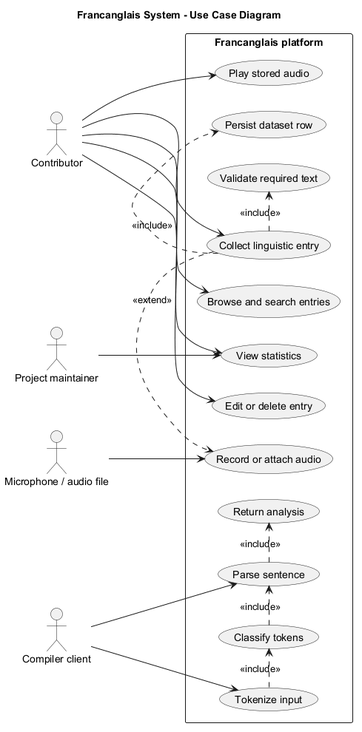
Before: docs/diagrams/use-case.png, a diagram exported from PlantUML (Suraku237/francanglaiscompiler). Source of this version:
```plantuml
@startuml
title Francanglais System - Use Case Diagram
left to right direction
skinparam packageStyle rectangle

actor "Contributor" as contributor
actor "Project maintainer" as maintainer
actor "Microphone / audio file" as audio
actor "Compiler client" as client

rectangle "Francanglais platform" {
  usecase "Collect linguistic entry" as UC1
  usecase "Record or attach audio" as UC2
  usecase "Validate required text" as UC3
  usecase "Persist dataset row" as UC4
  usecase "Browse and search entries" as UC5
  usecase "Edit or delete entry" as UC6
  usecase "Play stored audio" as UC7
  usecase "View statistics" as UC8
  usecase "Tokenize input" as UC9
  usecase "Classify tokens" as UC10
  usecase "Parse sentence" as UC11
  usecase "Return analysis" as UC12
}

contributor --> UC1
contributor --> UC5
contributor --> UC6
contributor --> UC7
contributor --> UC8
audio --> UC2
maintainer --> UC8
client --> UC9
client --> UC11
UC1 .> UC3 : <<include>>
UC1 .> UC4 : <<include>>
UC1 .> UC2 : <<extend>>
UC9 .> UC10 : <<include>>
UC10 .> UC11 : <<include>>
UC11 .> UC12 : <<include>>
@enduml
```
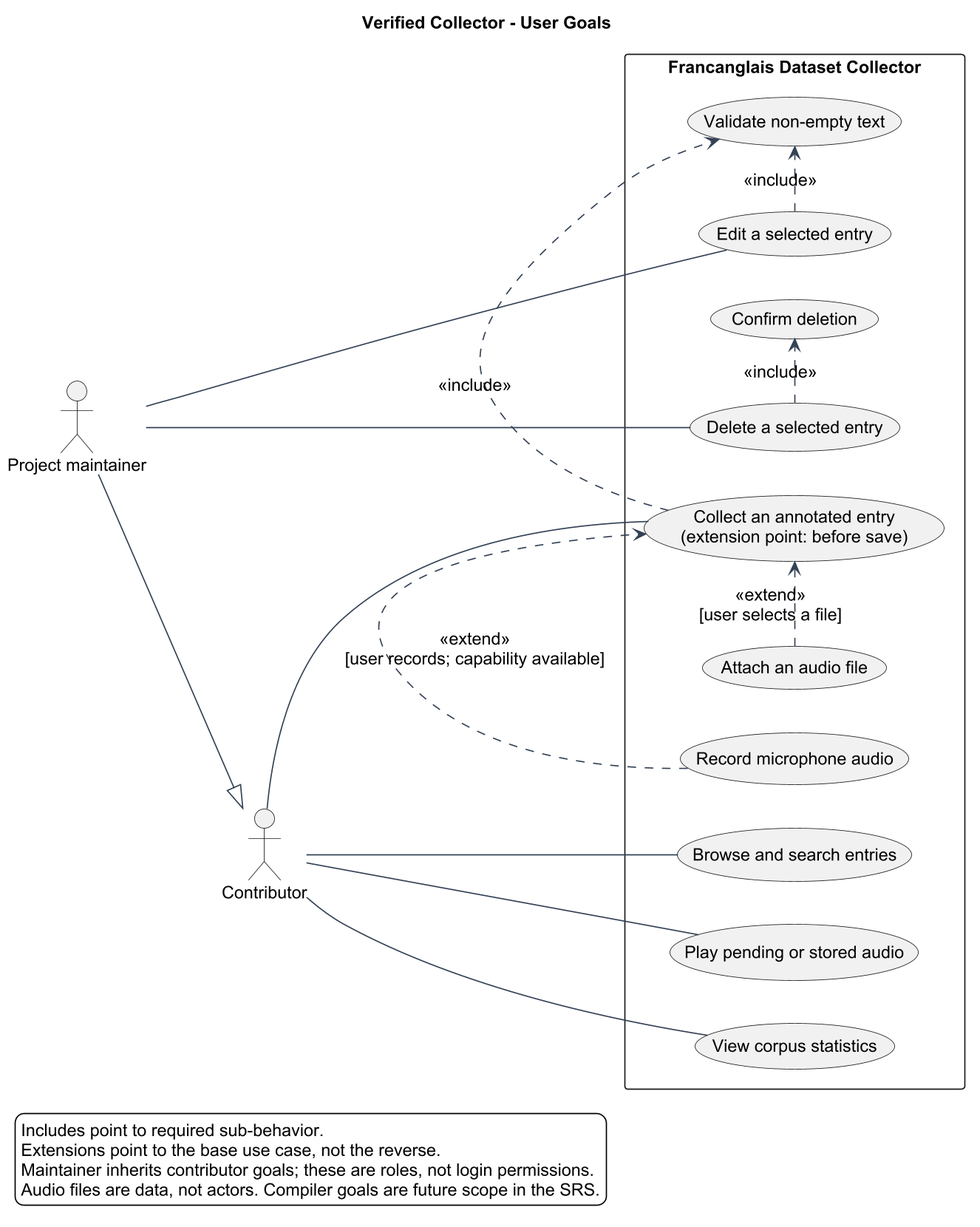
After the change.

The edit, as a diff of the source:
```diff
@@ -1,41 +1,42 @@
 @startuml
-title Francanglais System - Use Case Diagram
+!include theme.iuml
+title Verified Collector - User Goals
 left to right direction
 skinparam packageStyle rectangle
 
 actor "Contributor" as contributor
 actor "Project maintainer" as maintainer
-actor "Microphone / audio file" as audio
-actor "Compiler client" as client
 
-rectangle "Francanglais platform" {
-  usecase "Collect linguistic entry" as UC1
-  usecase "Record or attach audio" as UC2
-  usecase "Validate required text" as UC3
-  usecase "Persist dataset row" as UC4
-  usecase "Browse and search entries" as UC5
-  usecase "Edit or delete entry" as UC6
-  usecase "Play stored audio" as UC7
-  usecase "View statistics" as UC8
-  usecase "Tokenize input" as UC9
-  usecase "Classify tokens" as UC10
-  usecase "Parse sentence" as UC11
-  usecase "Return analysis" as UC12
+rectangle "Francanglais Dataset Collector" {
+  usecase "Collect an annotated entry\n(extension point: before save)" as Collect
+  usecase "Validate non-empty text" as Validate
+  usecase "Attach an audio file" as Attach
+  usecase "Record microphone audio" as Record
+  usecase "Browse and search entries" as Browse
+  usecase "Edit a selected entry" as Edit
+  usecase "Delete a selected entry" as Delete
+  usecase "Confirm deletion" as Confirm
+  usecase "Play pending or stored audio" as Play
+  usecase "View corpus statistics" as Stats
 }
 
-contributor --> UC1
-contributor --> UC5
-contributor --> UC6
-contributor --> UC7
-contributor --> UC8
-audio --> UC2
-maintainer --> UC8
-client --> UC9
-client --> UC11
-UC1 .> UC3 : <<include>>
-UC1 .> UC4 : <<include>>
-UC1 .> UC2 : <<extend>>
-UC9 .> UC10 : <<include>>
-UC10 .> UC11 : <<include>>
-UC11 .> UC12 : <<include>>
+maintainer --|> contributor
+contributor -- Collect
+contributor -- Browse
+contributor -- Play
+contributor -- Stats
+maintainer -- Edit
+maintainer -- Delete
+Collect .> Validate : <<include>>
+Edit .> Validate : <<include>>
+Delete .> Confirm : <<include>>
+Attach .> Collect : <<extend>>\n[user selects a file]
+Record .> Collect : <<extend>>\n[user records; capability available]
+
+legend bottom left
+  Includes point to required sub-behavior.
+  Extensions point to the base use case, not the reverse.
+  Maintainer inherits contributor goals; these are roles, not login permissions.
+  Audio files are data, not actors. Compiler goals are future scope in the SRS.
+endlegend
 @enduml
```
